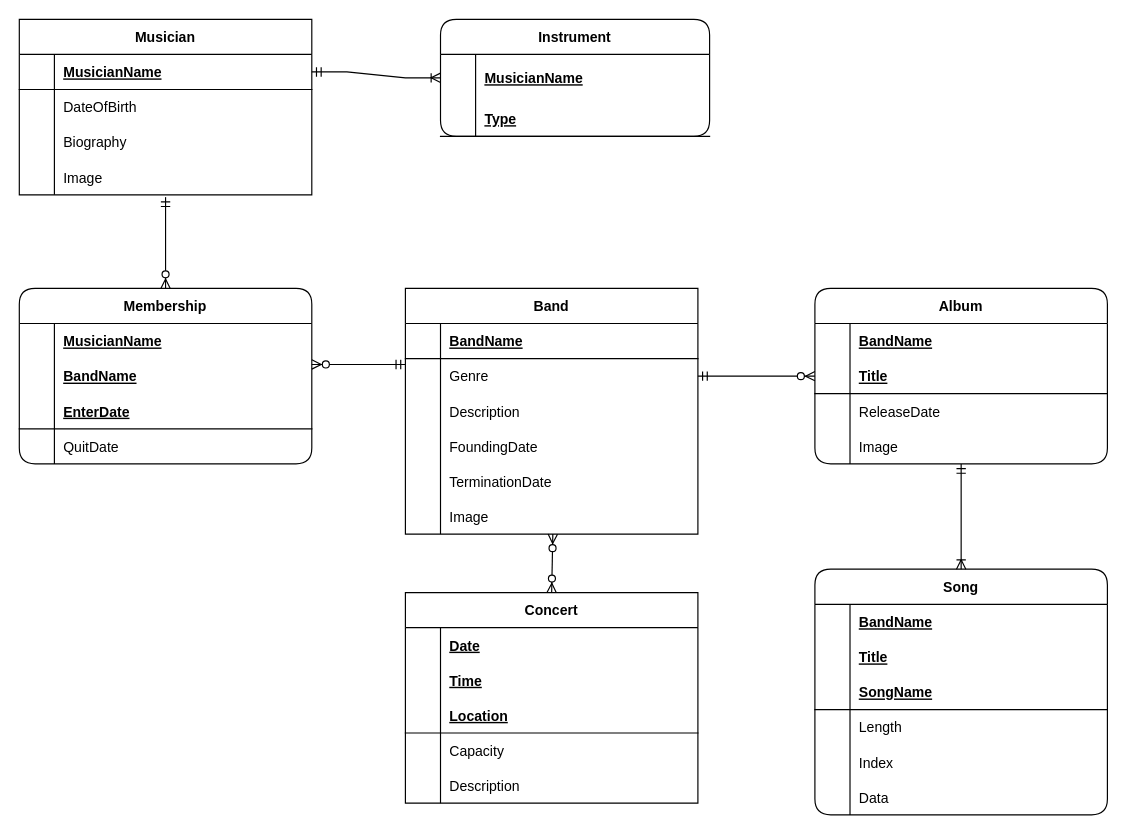
This is ER.drawio from frussian/MusicStreaming, a draw.io file, before an edit. Source tidied: cells renumbered, new cells numbered last; positions are measured from the earlier drawing's top-left corner, leaving out a move shared by most shapes. Both pictures are drawn from the tidied source at 117%, with x=0, y=0 at pixel (19, 19).
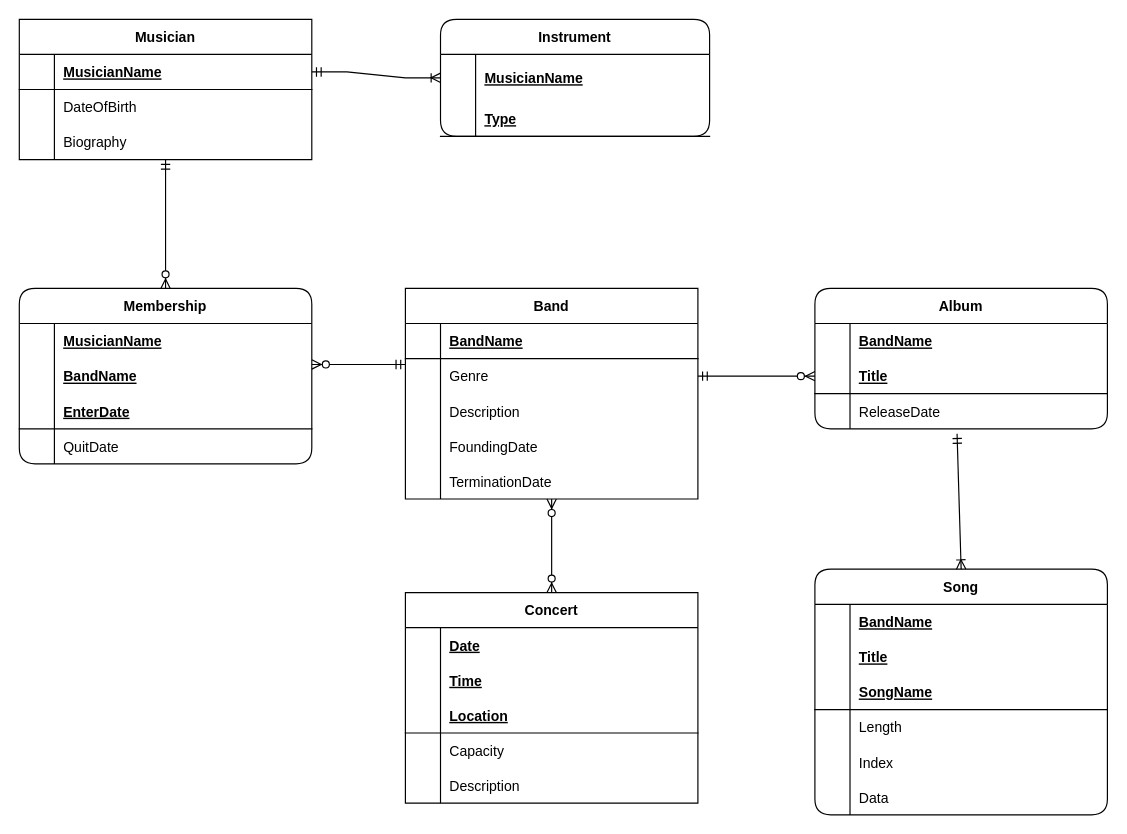
The same page after the edit.

Unchanged cells that the change refers to:
```xml
<mxCell id="9" value="Membership" style="shape=table;startSize=30;childLayout=tableLayout;rowLines=0;fontStyle=1;align=center;rounded=1;" parent="1" vertex="1">
  <mxGeometry y="230" width="250" height="150" as="geometry" />
</mxCell>
<mxCell id="29" style="shape=partialRectangle;fillColor=none;points=[[0,0.5],[1,0.5]];portConstraint=eastwest;top=0;left=0;right=0;bottom=0;" parent="22" vertex="1">
  <mxGeometry y="90" width="250" height="30" as="geometry" />
</mxCell>
<mxCell id="49" style="shape=partialRectangle;fillColor=none;points=[[0,0.5],[1,0.5]];portConstraint=eastwest;top=0;left=0;right=0;bottom=0;" parent="36" vertex="1">
  <mxGeometry y="150" width="250" height="30" as="geometry" />
</mxCell>
<mxCell id="64" style="shape=partialRectangle;fillColor=none;points=[[0,0.5],[1,0.5]];portConstraint=eastwest;top=0;left=0;right=0;bottom=0;" parent="57" vertex="1">
  <mxGeometry y="90" width="250" height="30" as="geometry" />
</mxCell>
<mxCell id="71" value="Song" style="shape=table;startSize=30;childLayout=tableLayout;rowLines=0;fontStyle=1;align=center;rounded=1;" parent="1" vertex="1">
  <mxGeometry x="680" y="470" width="250" height="210" as="geometry" />
</mxCell>
<mxCell id="91" value="Concert" style="shape=table;startSize=30;childLayout=tableLayout;rowLines=0;fontStyle=1;align=center;rounded=0;" parent="1" vertex="1">
  <mxGeometry x="330" y="490" width="250" height="180" as="geometry" />
</mxCell>
```

Change to the diagram source:
```diff
@@
     <mxCell id="22" value="Musician" style="shape=table;startSize=30;childLayout=tableLayout;rowLines=0;fontStyle=1;align=center;" parent="1" vertex="1">
-      <mxGeometry width="250" height="150" as="geometry" />
+      <mxGeometry width="250" height="120" as="geometry" />
     </mxCell>
@@
-    <mxCell id="32" style="shape=partialRectangle;fillColor=none;points=[[0,0.5],[1,0.5]];portConstraint=eastwest;top=0;left=0;right=0;bottom=0;" parent="22" vertex="1">
-      <mxGeometry y="120" width="250" height="30" as="geometry" />
-    </mxCell>
-    <mxCell id="33" style="shape=partialRectangle;overflow=hidden;fillColor=none;top=0;left=0;bottom=0;right=0;" parent="32" vertex="1">
-      <mxGeometry width="30" height="30" as="geometry" />
-    </mxCell>
-    <mxCell id="34" value="Image" style="shape=partialRectangle;overflow=hidden;fillColor=none;top=0;left=0;bottom=0;right=0;align=left;spacingLeft=6;" parent="32" vertex="1">
-      <mxGeometry x="30" width="220" height="30" as="geometry" />
-    </mxCell>
@@
     <mxCell id="36" value="Band" style="shape=table;startSize=30;childLayout=tableLayout;rowLines=0;fontStyle=1;align=center;" parent="1" vertex="1">
-      <mxGeometry x="330" y="230" width="250" height="210" as="geometry" />
+      <mxGeometry x="330" y="230" width="250" height="180" as="geometry" />
     </mxCell>
@@
-    <mxCell id="52" style="shape=partialRectangle;fillColor=none;points=[[0,0.5],[1,0.5]];portConstraint=eastwest;top=0;left=0;right=0;bottom=0;" parent="36" vertex="1">
-      <mxGeometry y="180" width="250" height="30" as="geometry" />
-    </mxCell>
-    <mxCell id="53" style="shape=partialRectangle;overflow=hidden;fillColor=none;top=0;left=0;bottom=0;right=0;" parent="52" vertex="1">
-      <mxGeometry width="30" height="30" as="geometry" />
-    </mxCell>
-    <mxCell id="54" value="Image" style="shape=partialRectangle;overflow=hidden;fillColor=none;top=0;left=0;bottom=0;right=0;align=left;spacingLeft=6;" parent="52" vertex="1">
-      <mxGeometry x="30" width="220" height="30" as="geometry" />
-    </mxCell>
-    <mxCell id="55" style="fontSize=12;html=1;endArrow=ERzeroToMany;startArrow=ERmandOne;rounded=0;exitX=0.5;exitY=1.067;exitDx=0;exitDy=0;exitPerimeter=0;entryX=0.5;entryY=0;entryDx=0;entryDy=0;elbow=vertical;" parent="1" edge="1" source="32" target="9">
+    <mxCell id="55" style="fontSize=12;html=1;endArrow=ERzeroToMany;startArrow=ERmandOne;rounded=0;entryX=0.5;entryY=0;entryDx=0;entryDy=0;elbow=vertical;" parent="1" edge="1" source="29" target="9">
       <mxGeometry relative="1" as="geometry" />
     </mxCell>
@@
     <mxCell id="57" value="Album" style="shape=table;startSize=30;childLayout=tableLayout;rowLines=0;fontStyle=1;align=center;rounded=1;" parent="1" vertex="1">
-      <mxGeometry x="680" y="230" width="250" height="150" as="geometry" />
+      <mxGeometry x="680" y="230" width="250" height="120" as="geometry" />
     </mxCell>
@@
-    <mxCell id="67" style="shape=partialRectangle;fillColor=none;top=0;left=0;right=0;bottom=0;" parent="57" vertex="1">
-      <mxGeometry y="120" width="250" height="30" as="geometry" />
-    </mxCell>
-    <mxCell id="68" style="shape=partialRectangle;overflow=hidden;fillColor=none;top=0;left=0;bottom=0;right=0;" parent="67" vertex="1">
-      <mxGeometry width="30" height="30" as="geometry" />
-    </mxCell>
-    <mxCell id="69" value="Image" style="shape=partialRectangle;overflow=hidden;fillColor=none;top=0;left=0;bottom=0;right=0;align=left;spacingLeft=6;" parent="67" vertex="1">
-      <mxGeometry x="30" width="220" height="30" as="geometry" />
-    </mxCell>
@@
-    <mxCell id="90" style="fontSize=12;html=1;endArrow=ERoneToMany;startArrow=ERmandOne;rounded=0;entryX=0.5;entryY=0;entryDx=0;entryDy=0;" parent="1" edge="1" target="71">
-      <mxGeometry relative="1" as="geometry">
-        <mxPoint x="805" y="380" as="sourcePoint" />
-      </mxGeometry>
+    <mxCell id="90" style="fontSize=12;html=1;endArrow=ERoneToMany;startArrow=ERmandOne;rounded=0;entryX=0.5;entryY=0;entryDx=0;entryDy=0;exitX=0.486;exitY=1.143;exitDx=0;exitDy=0;exitPerimeter=0;" parent="1" edge="1" source="64" target="71">
+      <mxGeometry relative="1" as="geometry" />
     </mxCell>
@@
-    <mxCell id="107" style="fontSize=12;html=1;endArrow=ERzeroToMany;endFill=1;startArrow=ERzeroToMany;rounded=0;elbow=vertical;entryX=0.504;entryY=1;entryDx=0;entryDy=0;entryPerimeter=0;exitX=0.5;exitY=0;exitDx=0;exitDy=0;" parent="1" edge="1" source="91" target="52">
+    <mxCell id="107" style="fontSize=12;html=1;endArrow=ERzeroToMany;endFill=1;startArrow=ERzeroToMany;rounded=0;elbow=vertical;exitX=0.5;exitY=0;exitDx=0;exitDy=0;" parent="1" edge="1" source="91" target="49">
       <mxGeometry relative="1" as="geometry" />
     </mxCell>
```
